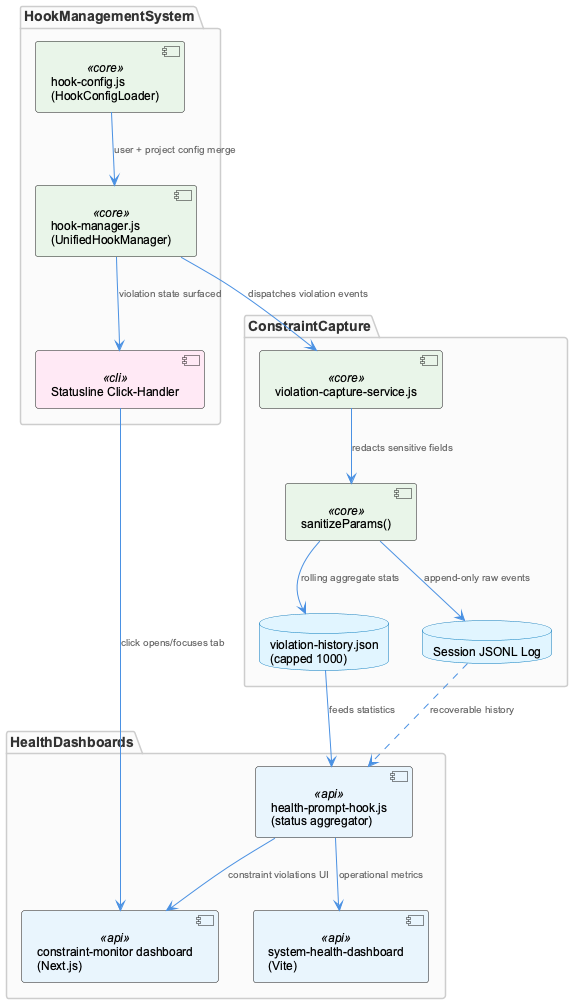
fwornle/coding keeps this PlantUML diagram as knowledge-management/insights/images/constraint-system-architecture.png. Above is the earlier version.
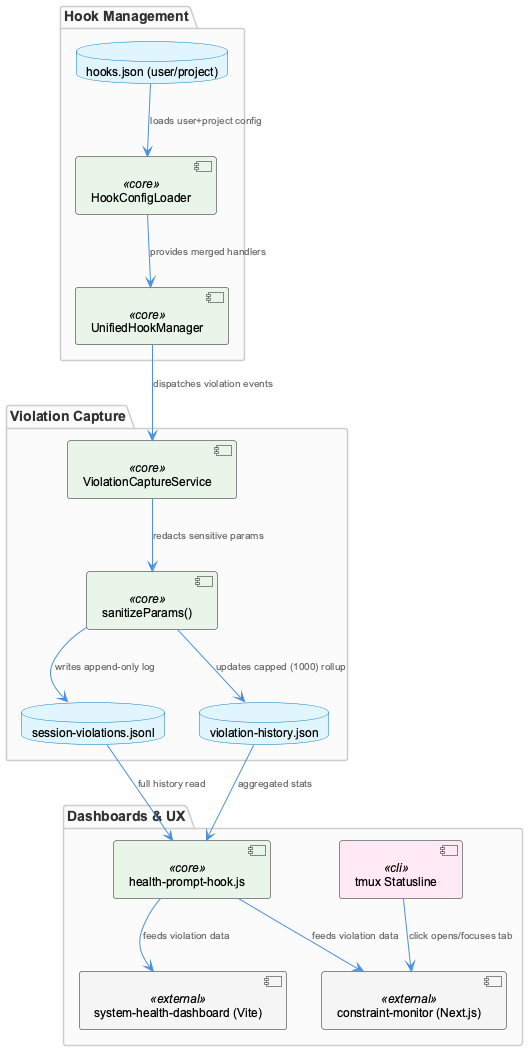
After the change.

Change to the diagram source:
```diff
@@ -1,37 +1,40 @@
 @startuml
 !include /Users/Q284340/Agentic/coding/docs/puml/_standard-style.puml
 
-package "HookManagementSystem" {
-  component "hook-config.js\n(HookConfigLoader)" as config <<core>>
-  component "hook-manager.js\n(UnifiedHookManager)" as manager <<core>>
-  component "Statusline Click-Handler" as statusline <<cli>>
+package "Hook Management" {
+  component "UnifiedHookManager" as hookmgr <<core>>
+  component "HookConfigLoader" as cfgloader <<core>>
+  database "hooks.json (user/project)" as cfgfiles
 }
 
-package "ConstraintCapture" {
-  component "violation-capture-service.js" as capture <<core>>
+package "Violation Capture" {
+  component "ViolationCaptureService" as vcs <<core>>
   component "sanitizeParams()" as sanitize <<core>>
-  database "Session JSONL Log" as jsonl
-  database "violation-history.json\n(capped 1000)" as history
+  database "session-violations.jsonl" as jsonl
+  database "violation-history.json" as rollup
 }
 
-package "HealthDashboards" {
-  component "health-prompt-hook.js\n(status aggregator)" as aggregator <<api>>
-  component "constraint-monitor dashboard\n(Next.js)" as dashboard <<api>>
-  component "system-health-dashboard\n(Vite)" as sysdash <<api>>
+package "Dashboards & UX" {
+  component "health-prompt-hook.js" as aggregator <<core>>
+  component "constraint-monitor (Next.js)" as constraintdash <<external>>
+  component "system-health-dashboard (Vite)" as healthdash <<external>>
+  component "tmux Statusline" as statusline <<cli>>
 }
 
-config --> manager : "user + project config merge"
-manager --> capture : "dispatches violation events"
-capture --> sanitize : "redacts sensitive fields"
-sanitize --> jsonl : "append-only raw events"
-sanitize --> history : "rolling aggregate stats"
+cfgfiles --> cfgloader : "loads user+project config"
+cfgloader --> hookmgr : "provides merged handlers"
+hookmgr --> vcs : "dispatches violation events"
 
-history --> aggregator : "feeds statistics"
-jsonl ..> aggregator : "recoverable history"
-aggregator --> dashboard : "constraint violations UI"
-aggregator --> sysdash : "operational metrics"
+vcs --> sanitize : "redacts sensitive params"
+sanitize --> jsonl : "writes append-only log"
+sanitize --> rollup : "updates capped (1000) rollup"
 
-statusline --> dashboard : "click opens/focuses tab"
-manager --> statusline : "violation state surfaced"
+jsonl --> aggregator : "full history read"
+rollup --> aggregator : "aggregated stats"
+
+aggregator --> constraintdash : "feeds violation data"
+aggregator --> healthdash : "feeds violation data"
+
+statusline --> constraintdash : "click opens/focuses tab"
 
 @enduml
```
